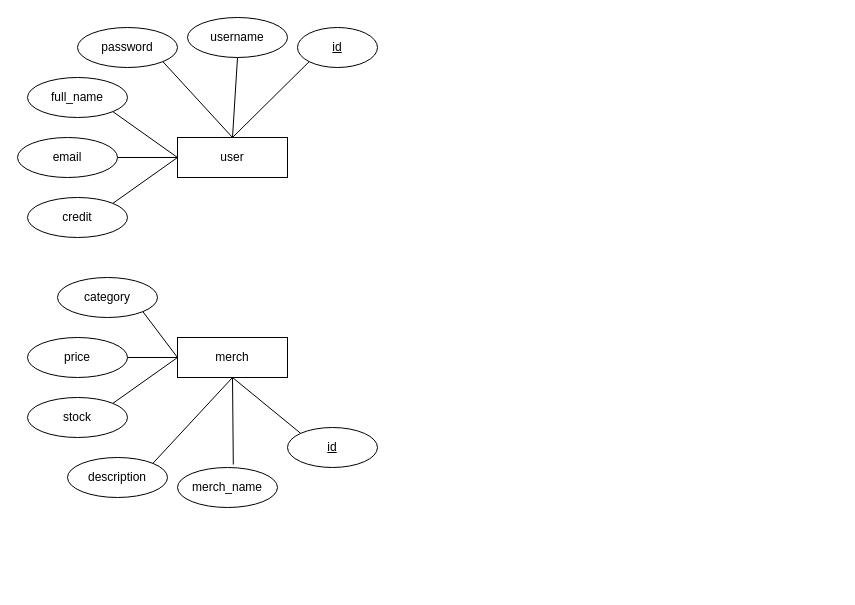
This is Untitled Diagram.drawio from GumaMohdor/Hallyuin-UTS.ver, a draw.io file, before an edit. Source tidied: cells renumbered, new cells numbered last; positions are measured from the earlier drawing's top-left corner, leaving out a move shared by most shapes. Both pictures are drawn from the tidied source at 100%, with x=0, y=0 at pixel (17, 17).
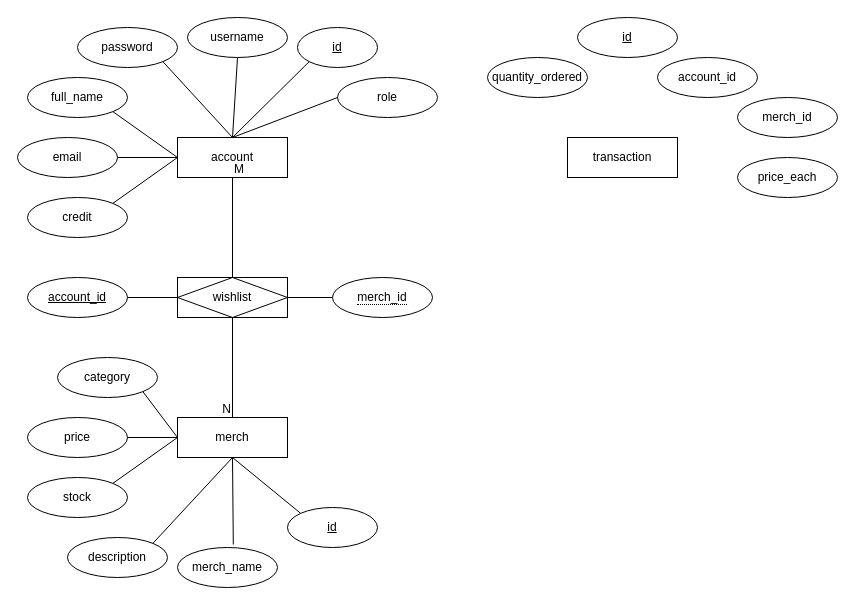
Above is the later version.

What changed in the source:
```diff
@@
-    <mxCell id="2" value="user" style="rounded=0;whiteSpace=wrap;html=1;" parent="1" vertex="1">
+    <mxCell id="2" value="account" style="rounded=0;whiteSpace=wrap;html=1;" parent="1" vertex="1">
       <mxGeometry x="160" y="120" width="110" height="40" as="geometry" />
     </mxCell>
@@
     <mxCell id="15" value="merch" style="whiteSpace=wrap;html=1;align=center;" parent="1" vertex="1">
-      <mxGeometry x="160" y="320" width="110" height="40" as="geometry" />
+      <mxGeometry x="160" y="400" width="110" height="40" as="geometry" />
     </mxCell>
     <mxCell id="16" value="id" style="ellipse;whiteSpace=wrap;html=1;align=center;fontStyle=4;" parent="1" vertex="1">
-      <mxGeometry x="270" y="410" width="90" height="40" as="geometry" />
+      <mxGeometry x="270" y="490" width="90" height="40" as="geometry" />
     </mxCell>
@@
     <mxCell id="18" value="merch_name" style="ellipse;whiteSpace=wrap;html=1;align=center;" parent="1" vertex="1">
-      <mxGeometry x="160" y="450" width="100" height="40" as="geometry" />
+      <mxGeometry x="160" y="530" width="100" height="40" as="geometry" />
     </mxCell>
@@
     <mxCell id="20" value="description" style="ellipse;whiteSpace=wrap;html=1;align=center;" parent="1" vertex="1">
-      <mxGeometry x="50" y="440" width="100" height="40" as="geometry" />
+      <mxGeometry x="50" y="520" width="100" height="40" as="geometry" />
     </mxCell>
     <mxCell id="21" value="stock" style="ellipse;whiteSpace=wrap;html=1;align=center;" parent="1" vertex="1">
-      <mxGeometry x="10" y="380" width="100" height="40" as="geometry" />
+      <mxGeometry x="10" y="460" width="100" height="40" as="geometry" />
     </mxCell>
     <mxCell id="22" value="price" style="ellipse;whiteSpace=wrap;html=1;align=center;" parent="1" vertex="1">
-      <mxGeometry x="10" y="320" width="100" height="40" as="geometry" />
+      <mxGeometry x="10" y="400" width="100" height="40" as="geometry" />
     </mxCell>
@@
     <mxCell id="26" value="category" style="ellipse;whiteSpace=wrap;html=1;align=center;" parent="1" vertex="1">
-      <mxGeometry x="40" y="260" width="100" height="40" as="geometry" />
+      <mxGeometry x="40" y="340" width="100" height="40" as="geometry" />
     </mxCell>
@@
+    <mxCell id="28" style="endArrow=none;html=1;rounded=0;exitX=0.5;exitY=1;exitDx=0;exitDy=0;entryX=0.5;entryY=0;entryDx=0;entryDy=0;" parent="1" edge="1" source="2" target="15">
+      <mxGeometry relative="1" as="geometry" />
+    </mxCell>
+    <mxCell id="29" value="M" style="html=1;whiteSpace=wrap;align=left;verticalAlign=bottom;" parent="28" vertex="1">
+      <mxGeometry x="-1" relative="1" as="geometry" />
+    </mxCell>
+    <mxCell id="30" value="N" style="html=1;whiteSpace=wrap;align=right;verticalAlign=bottom;" parent="28" vertex="1">
+      <mxGeometry x="1" relative="1" as="geometry" />
+    </mxCell>
+    <mxCell id="31" value="wishlist" style="shape=associativeEntity;whiteSpace=wrap;html=1;align=center;" parent="1" vertex="1">
+      <mxGeometry x="160" y="260" width="110" height="40" as="geometry" />
+    </mxCell>
+    <mxCell id="32" value="&lt;span style=&quot;border-bottom: 1px dotted&quot;&gt;merch_id&lt;/span&gt;" style="ellipse;whiteSpace=wrap;html=1;align=center;" parent="1" vertex="1">
+      <mxGeometry x="315" y="260" width="100" height="40" as="geometry" />
+    </mxCell>
+    <mxCell id="33" value="account_id" style="ellipse;whiteSpace=wrap;html=1;align=center;fontStyle=4;" parent="1" vertex="1">
+      <mxGeometry x="10" y="260" width="100" height="40" as="geometry" />
+    </mxCell>
+    <mxCell id="34" style="endArrow=none;html=1;rounded=0;exitX=1;exitY=0.5;exitDx=0;exitDy=0;entryX=0;entryY=0.5;entryDx=0;entryDy=0;" parent="1" edge="1" source="33" target="31">
+      <mxGeometry relative="1" as="geometry" />
+    </mxCell>
+    <mxCell id="35" style="endArrow=none;html=1;rounded=0;exitX=1;exitY=0.5;exitDx=0;exitDy=0;entryX=0;entryY=0.5;entryDx=0;entryDy=0;" parent="1" edge="1" source="31" target="32">
+      <mxGeometry relative="1" as="geometry" />
+    </mxCell>
+    <mxCell id="36" value="role" style="ellipse;whiteSpace=wrap;html=1;align=center;" parent="1" vertex="1">
+      <mxGeometry x="320" y="60" width="100" height="40" as="geometry" />
+    </mxCell>
+    <mxCell id="37" style="endArrow=none;html=1;rounded=0;exitX=0;exitY=0.5;exitDx=0;exitDy=0;entryX=0.5;entryY=0;entryDx=0;entryDy=0;" parent="1" edge="1" source="36" target="2">
+      <mxGeometry relative="1" as="geometry" />
+    </mxCell>
+    <mxCell id="38" value="transaction" style="whiteSpace=wrap;html=1;align=center;" parent="1" vertex="1">
+      <mxGeometry x="550" y="120" width="110" height="40" as="geometry" />
+    </mxCell>
+    <mxCell id="39" value="quantity_ordered" style="ellipse;whiteSpace=wrap;html=1;align=center;" parent="1" vertex="1">
+      <mxGeometry x="470" y="40" width="100" height="40" as="geometry" />
+    </mxCell>
+    <mxCell id="40" value="id" style="ellipse;whiteSpace=wrap;html=1;align=center;fontStyle=4;" parent="1" vertex="1">
+      <mxGeometry x="560" width="100" height="40" as="geometry" />
+    </mxCell>
+    <mxCell id="41" value="account_id" style="ellipse;whiteSpace=wrap;html=1;align=center;" parent="1" vertex="1">
+      <mxGeometry x="640" y="40" width="100" height="40" as="geometry" />
+    </mxCell>
+    <mxCell id="42" value="merch_id" style="ellipse;whiteSpace=wrap;html=1;align=center;" parent="1" vertex="1">
+      <mxGeometry x="720" y="80" width="100" height="40" as="geometry" />
+    </mxCell>
+    <mxCell id="43" value="price_each" style="ellipse;whiteSpace=wrap;html=1;align=center;" parent="1" vertex="1">
+      <mxGeometry x="720" y="140" width="100" height="40" as="geometry" />
+    </mxCell>
```
